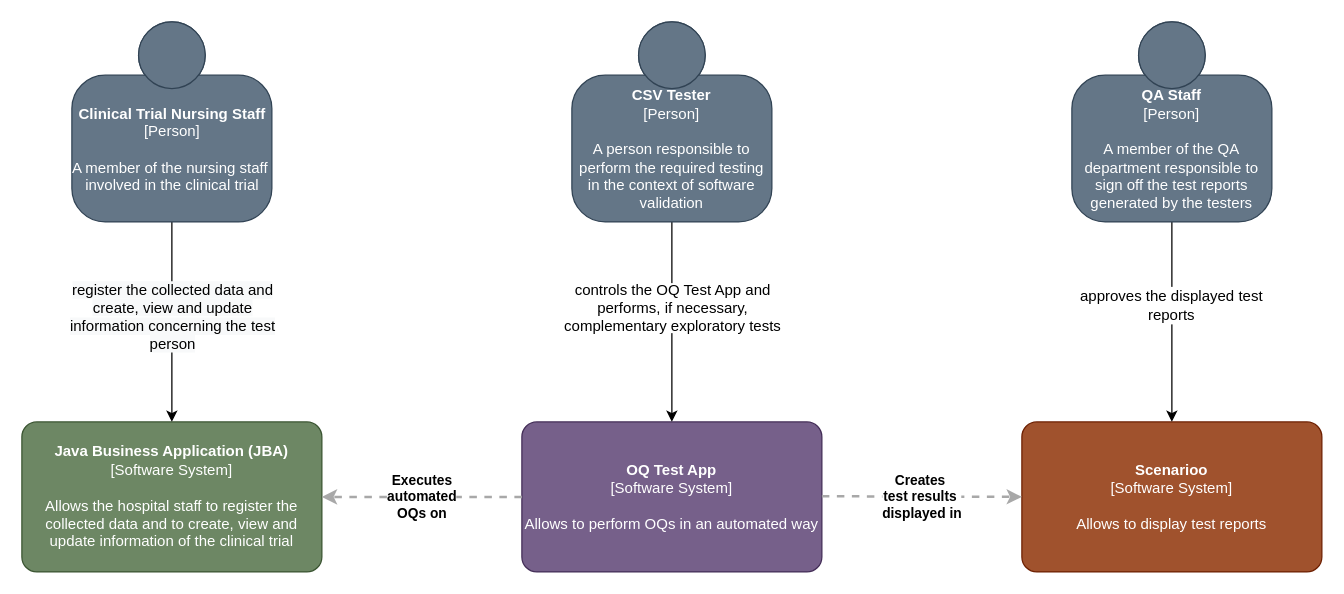
Before: documentation/C1_Architecture_Diagram.drawio in sableu/BDD4OQ, a draw.io diagram. Source tidied: cells renumbered, new cells numbered last; positions are measured from the earlier drawing's top-left corner, leaving out a move shared by most shapes. Both pictures are drawn from the tidied source at 125%, with x=0, y=0 at pixel (21, 21).
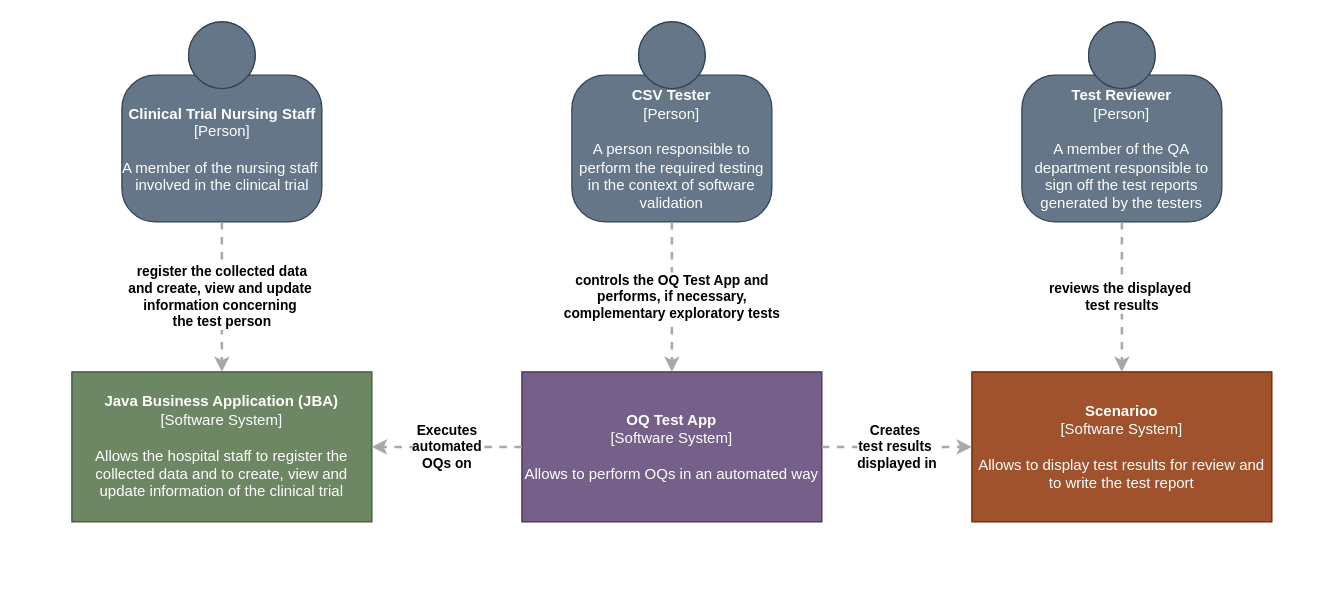
After the change.

Commit message (it also covers changes not shown here):
Thesis writing, Architecture prototype

Diff of the diagram source:
```diff
@@
 <mxGraphModel>
   <root>
     <mxCell id="0" />
     <mxCell id="1" parent="0" />
-    <mxCell id="2" value="&lt;b&gt;Java Business Application (JBA)&lt;/b&gt;&lt;div&gt;[Software System]&lt;/div&gt;&lt;br&gt;&lt;div&gt;Allows the hospital staff to register the collected data and to create, view and update information of the clinical trial&lt;/div&gt;" style="rounded=1;whiteSpace=wrap;html=1;labelBackgroundColor=none;fillColor=#6d8764;fontColor=#ffffff;align=center;arcSize=10;strokeColor=#3A5431;points=[[0.25,0,0],[0.5,0,0],[0.75,0,0],[1,0.25,0],[1,0.5,0],[1,0.75,0],[0.75,1,0],[0.5,1,0],[0.25,1,0],[0,0.75,0],[0,0.5,0],[0,0.25,0]];" parent="1" vertex="1">
-      <mxGeometry y="320" width="240" height="120" as="geometry" />
+    <mxCell id="2" value="&lt;b&gt;Java Business Application (JBA)&lt;/b&gt;&lt;div&gt;[Software System]&lt;/div&gt;&lt;br&gt;&lt;div&gt;Allows the hospital staff to register the collected data and to create, view and update information of the clinical trial&lt;/div&gt;" style="rounded=0;whiteSpace=wrap;html=1;labelBackgroundColor=none;fillColor=#6d8764;fontColor=#ffffff;align=center;arcSize=10;strokeColor=#3A5431;points=[[0.25,0,0],[0.5,0,0],[0.75,0,0],[1,0.25,0],[1,0.5,0],[1,0.75,0],[0.75,1,0],[0.5,1,0],[0.25,1,0],[0,0.75,0],[0,0.5,0],[0,0.25,0]];" parent="1" vertex="1">
+      <mxGeometry x="40" y="280" width="240" height="120" as="geometry" />
     </mxCell>
-    <mxCell id="3" value="&lt;b&gt;OQ Test App&lt;/b&gt;&lt;div&gt;[Software System]&lt;/div&gt;&lt;br&gt;&lt;div&gt;Allows to perform OQs in an automated way&lt;/div&gt;" style="rounded=1;whiteSpace=wrap;html=1;labelBackgroundColor=none;fillColor=#76608a;fontColor=#ffffff;align=center;arcSize=10;strokeColor=#432D57;points=[[0.25,0,0],[0.5,0,0],[0.75,0,0],[1,0.25,0],[1,0.5,0],[1,0.75,0],[0.75,1,0],[0.5,1,0],[0.25,1,0],[0,0.75,0],[0,0.5,0],[0,0.25,0]];" parent="1" vertex="1">
-      <mxGeometry x="400" y="320" width="240" height="120" as="geometry" />
+    <mxCell id="3" value="&lt;b&gt;OQ Test App&lt;/b&gt;&lt;div&gt;[Software System]&lt;/div&gt;&lt;br&gt;&lt;div&gt;Allows to perform OQs in an automated way&lt;/div&gt;" style="rounded=0;whiteSpace=wrap;html=1;labelBackgroundColor=none;fillColor=#76608a;fontColor=#ffffff;align=center;arcSize=10;strokeColor=#432D57;points=[[0.25,0,0],[0.5,0,0],[0.75,0,0],[1,0.25,0],[1,0.5,0],[1,0.75,0],[0.75,1,0],[0.5,1,0],[0.25,1,0],[0,0.75,0],[0,0.5,0],[0,0.25,0]];" parent="1" vertex="1">
+      <mxGeometry x="400" y="280" width="240" height="120" as="geometry" />
     </mxCell>
-    <mxCell id="4" value="&lt;b&gt;Scenarioo&lt;/b&gt;&lt;div&gt;[Software System]&lt;/div&gt;&lt;br&gt;&lt;div&gt;Allows to display test reports&lt;/div&gt;" style="rounded=1;whiteSpace=wrap;html=1;labelBackgroundColor=none;fillColor=#a0522d;fontColor=#ffffff;align=center;arcSize=10;strokeColor=#6D1F00;points=[[0.25,0,0],[0.5,0,0],[0.75,0,0],[1,0.25,0],[1,0.5,0],[1,0.75,0],[0.75,1,0],[0.5,1,0],[0.25,1,0],[0,0.75,0],[0,0.5,0],[0,0.25,0]];" parent="1" vertex="1">
-      <mxGeometry x="800" y="320" width="240" height="120" as="geometry" />
+    <mxCell id="4" value="&lt;b&gt;Scenarioo&lt;/b&gt;&lt;div&gt;[Software System]&lt;/div&gt;&lt;br&gt;&lt;div&gt;Allows to display test results for review and to write the test report&lt;/div&gt;" style="rounded=0;whiteSpace=wrap;html=1;labelBackgroundColor=none;fillColor=#a0522d;fontColor=#ffffff;align=center;arcSize=10;strokeColor=#6D1F00;points=[[0.25,0,0],[0.5,0,0],[0.75,0,0],[1,0.25,0],[1,0.5,0],[1,0.75,0],[0.75,1,0],[0.5,1,0],[0.25,1,0],[0,0.75,0],[0,0.5,0],[0,0.25,0]];" parent="1" vertex="1">
+      <mxGeometry x="760" y="280" width="240" height="120" as="geometry" />
     </mxCell>
-    <mxCell id="5" style="edgeStyle=orthogonalEdgeStyle;rounded=0;jettySize=auto;html=1;" parent="1" edge="1" source="6" target="2">
-      <mxGeometry relative="1" as="geometry" />
-    </mxCell>
     <mxCell id="6" value="&lt;b&gt;Clinical Trial Nursing Staff&lt;/b&gt;&lt;div&gt;[Person]&lt;/div&gt;&lt;br&gt;&lt;div&gt;A member of the nursing staff&amp;nbsp;&lt;/div&gt;&lt;div&gt;involved&amp;nbsp;&lt;span&gt;in the clinical trial&lt;/span&gt;&lt;/div&gt;" style="html=1;dashed=0;whitespace=wrap;fillColor=#647687;strokeColor=#314354;shape=mxgraph.c4.person;align=center;points=[[0.5,0,0],[1,0.5,0],[1,0.75,0],[0.75,1,0],[0.5,1,0],[0.25,1,0],[0,0.75,0],[0,0.5,0]];fontColor=#ffffff;" parent="1" vertex="1">
-      <mxGeometry x="40" width="160" height="160" as="geometry" />
+      <mxGeometry x="80" width="160" height="160" as="geometry" />
     </mxCell>
-    <mxCell id="7" value="&lt;div&gt;&lt;br&gt;&lt;span style=&quot;color: rgb(0 , 0 , 0) ; font-family: &amp;#34;helvetica&amp;#34; ; font-size: 12px ; font-style: normal ; font-weight: 400 ; letter-spacing: normal ; text-indent: 0px ; text-transform: none ; word-spacing: 0px ; background-color: rgb(248 , 249 , 250) ; float: none ; display: inline&quot;&gt;register the collected data and create, view and update information concerning the test person&lt;/span&gt;&lt;br&gt;&lt;br&gt;&lt;/div&gt;" style="text;whiteSpace=wrap;html=1;align=center;verticalAlign=middle;fillColor=#ffffff;" parent="1" vertex="1">
-      <mxGeometry x="26" y="211" width="190" height="50" as="geometry" />
-    </mxCell>
-    <mxCell id="8" style="edgeStyle=orthogonalEdgeStyle;rounded=0;jettySize=auto;html=1;" parent="1" edge="1" source="9" target="3">
-      <mxGeometry relative="1" as="geometry" />
-    </mxCell>
     <mxCell id="9" value="&lt;b&gt;CSV Tester&lt;/b&gt;&lt;div&gt;[Person]&lt;/div&gt;&lt;br&gt;&lt;div&gt;A person responsible to perform&amp;nbsp;&lt;span&gt;the required testing in the context&amp;nbsp;&lt;/span&gt;&lt;span&gt;of software validation&lt;/span&gt;&lt;/div&gt;" style="html=1;dashed=0;whitespace=wrap;fillColor=#647687;strokeColor=#314354;shape=mxgraph.c4.person;align=center;points=[[0.5,0,0],[1,0.5,0],[1,0.75,0],[0.75,1,0],[0.5,1,0],[0.25,1,0],[0,0.75,0],[0,0.5,0]];whiteSpace=wrap;fontColor=#ffffff;" parent="1" vertex="1">
       <mxGeometry x="440" width="160" height="160" as="geometry" />
     </mxCell>
-    <mxCell id="10" style="edgeStyle=orthogonalEdgeStyle;rounded=0;jettySize=auto;html=1;exitX=0.5;exitY=1;exitDx=0;exitDy=0;exitPerimeter=0;entryX=0.5;entryY=0;entryDx=0;entryDy=0;entryPerimeter=0;" parent="1" edge="1" source="11" target="4">
-      <mxGeometry relative="1" as="geometry" />
-    </mxCell>
-    <mxCell id="11" value="&lt;b&gt;QA Staff&lt;/b&gt;&lt;br&gt;&lt;div&gt;[Person]&lt;/div&gt;&lt;br&gt;&lt;div&gt;A member of the QA department responsible to sign off the test reports generated by the testers&lt;/div&gt;" style="html=1;dashed=0;whitespace=wrap;fillColor=#647687;strokeColor=#314354;shape=mxgraph.c4.person;align=center;points=[[0.5,0,0],[1,0.5,0],[1,0.75,0],[0.75,1,0],[0.5,1,0],[0.25,1,0],[0,0.75,0],[0,0.5,0]];whiteSpace=wrap;fontColor=#ffffff;" parent="1" vertex="1">
-      <mxGeometry x="840" width="160" height="160" as="geometry" />
+    <mxCell id="11" value="&lt;b&gt;Test Reviewer&lt;/b&gt;&lt;br&gt;&lt;div&gt;[Person]&lt;/div&gt;&lt;br&gt;&lt;div&gt;A member of the QA department responsible to sign off the test reports generated by the testers&lt;/div&gt;" style="html=1;dashed=0;whitespace=wrap;fillColor=#647687;strokeColor=#314354;shape=mxgraph.c4.person;align=center;points=[[0.5,0,0],[1,0.5,0],[1,0.75,0],[0.75,1,0],[0.5,1,0],[0.25,1,0],[0,0.75,0],[0,0.5,0]];whiteSpace=wrap;fontColor=#ffffff;" parent="1" vertex="1">
+      <mxGeometry x="800" width="160" height="160" as="geometry" />
     </mxCell>
-    <mxCell id="12" value="&lt;div style=&quot;text-align: left&quot;&gt;&lt;div style=&quot;text-align: center&quot;&gt;&lt;b&gt;Creates&amp;nbsp;&lt;/b&gt;&lt;/div&gt;&lt;div style=&quot;text-align: center&quot;&gt;&lt;b&gt;test results&amp;nbsp;&lt;/b&gt;&lt;/div&gt;&lt;div style=&quot;text-align: center&quot;&gt;&lt;b&gt;displayed in&lt;/b&gt;&lt;/div&gt;&lt;/div&gt;" style="edgeStyle=none;rounded=0;html=1;jettySize=auto;orthogonalLoop=1;strokeColor=#A8A8A8;strokeWidth=2;fontColor=#000000;jumpStyle=none;dashed=1;" parent="1" edge="1">
-      <mxGeometry relative="1" as="geometry">
-        <mxPoint x="640" y="379.5" as="sourcePoint" />
-        <mxPoint x="800" y="380" as="targetPoint" />
-      </mxGeometry>
+    <mxCell id="12" value="&lt;div style=&quot;text-align: left&quot;&gt;&lt;div style=&quot;text-align: center&quot;&gt;&lt;b&gt;Creates&amp;nbsp;&lt;/b&gt;&lt;/div&gt;&lt;div style=&quot;text-align: center&quot;&gt;&lt;b&gt;test results&amp;nbsp;&lt;/b&gt;&lt;/div&gt;&lt;div style=&quot;text-align: center&quot;&gt;&lt;b&gt;displayed in&lt;/b&gt;&lt;/div&gt;&lt;/div&gt;" style="edgeStyle=none;rounded=0;html=1;jettySize=auto;strokeColor=#A8A8A8;strokeWidth=2;fontColor=#000000;jumpStyle=none;dashed=1;exitX=1;exitY=0.5;exitDx=0;exitDy=0;exitPerimeter=0;entryX=0;entryY=0.5;entryDx=0;entryDy=0;entryPerimeter=0;" parent="1" edge="1" source="3" target="4">
+      <mxGeometry relative="1" as="geometry" />
     </mxCell>
     <mxCell id="13" value="&lt;div style=&quot;text-align: left&quot;&gt;&lt;div style=&quot;text-align: center&quot;&gt;&lt;b&gt;Executes&lt;/b&gt;&lt;/div&gt;&lt;div style=&quot;text-align: center&quot;&gt;&lt;b&gt;automated&lt;/b&gt;&lt;/div&gt;&lt;div style=&quot;text-align: center&quot;&gt;&lt;b&gt;OQs on&lt;/b&gt;&lt;/div&gt;&lt;/div&gt;" style="edgeStyle=none;rounded=0;html=1;entryX=1;entryY=0.5;jettySize=auto;strokeColor=#A8A8A8;strokeWidth=2;fontColor=#000000;jumpStyle=none;dashed=1;exitX=0;exitY=0.5;exitDx=0;exitDy=0;exitPerimeter=0;entryDx=0;entryDy=0;entryPerimeter=0;" parent="1" edge="1" source="3" target="2">
       <mxGeometry relative="1" as="geometry" />
     </mxCell>
-    <mxCell id="14" value="&lt;div&gt;controls the OQ Test App and performs, if necessary, complementary exploratory tests&lt;br&gt;&lt;/div&gt;" style="text;whiteSpace=wrap;html=1;align=center;verticalAlign=middle;fillColor=#ffffff;" parent="1" vertex="1">
-      <mxGeometry x="426" y="209" width="190" height="40" as="geometry" />
+    <mxCell id="14" value="&lt;div style=&quot;text-align: left&quot;&gt;&lt;div style=&quot;text-align: center&quot;&gt;&lt;b&gt;controls the OQ Test App and&lt;/b&gt;&lt;/div&gt;&lt;div style=&quot;text-align: center&quot;&gt;&lt;b&gt;performs, if necessary,&lt;/b&gt;&lt;/div&gt;&lt;div style=&quot;text-align: center&quot;&gt;&lt;b&gt;complementary exploratory tests&lt;/b&gt;&lt;/div&gt;&lt;/div&gt;" style="edgeStyle=none;rounded=0;html=1;entryX=0.5;entryY=0;jettySize=auto;strokeColor=#A8A8A8;strokeWidth=2;fontColor=#000000;jumpStyle=none;dashed=1;exitX=0.5;exitY=1;exitDx=0;exitDy=0;exitPerimeter=0;entryDx=0;entryDy=0;entryPerimeter=0;" parent="1" edge="1" source="9" target="3">
+      <mxGeometry relative="1" as="geometry" />
     </mxCell>
-    <mxCell id="15" value="approves the displayed test reports" style="text;html=1;strokeColor=none;fillColor=#ffffff;align=center;verticalAlign=middle;whiteSpace=wrap;rounded=0;" parent="1" vertex="1">
-      <mxGeometry x="835" y="212" width="170" height="30" as="geometry" />
-    </mxCell>
+    <mxCell id="7" value="&lt;div style=&quot;text-align: left&quot;&gt;&lt;div style=&quot;text-align: center&quot;&gt;&lt;b&gt;register the collected data&lt;/b&gt;&lt;/div&gt;&lt;div style=&quot;text-align: center&quot;&gt;&lt;b&gt;and create, view and update&amp;nbsp;&lt;/b&gt;&lt;/div&gt;&lt;div style=&quot;text-align: center&quot;&gt;&lt;b&gt;information concerning&amp;nbsp;&lt;/b&gt;&lt;/div&gt;&lt;div style=&quot;text-align: center&quot;&gt;&lt;b&gt;the&amp;nbsp;test person&lt;/b&gt;&lt;/div&gt;&lt;/div&gt;" style="edgeStyle=none;rounded=0;html=1;jettySize=auto;strokeColor=#A8A8A8;strokeWidth=2;fontColor=#000000;jumpStyle=none;dashed=1;exitX=0.5;exitY=1;exitDx=0;exitDy=0;exitPerimeter=0;" parent="1" edge="1" source="6" target="2">
+      <mxGeometry relative="1" as="geometry" />
+    </mxCell>
+    <mxCell id="10" value="&lt;div style=&quot;text-align: left&quot;&gt;&lt;div style=&quot;text-align: center&quot;&gt;&lt;b&gt;reviews the displayed&amp;nbsp;&lt;/b&gt;&lt;/div&gt;&lt;div style=&quot;text-align: center&quot;&gt;&lt;b&gt;test results&lt;/b&gt;&lt;/div&gt;&lt;/div&gt;" style="edgeStyle=none;rounded=0;html=1;entryX=0.5;entryY=0;jettySize=auto;strokeColor=#A8A8A8;strokeWidth=2;fontColor=#000000;jumpStyle=none;dashed=1;exitX=0.5;exitY=1;exitDx=0;exitDy=0;exitPerimeter=0;entryDx=0;entryDy=0;entryPerimeter=0;" parent="1" edge="1" source="11" target="4">
+      <mxGeometry relative="1" as="geometry" />
+    </mxCell>
   </root>
 </mxGraphModel>
```
